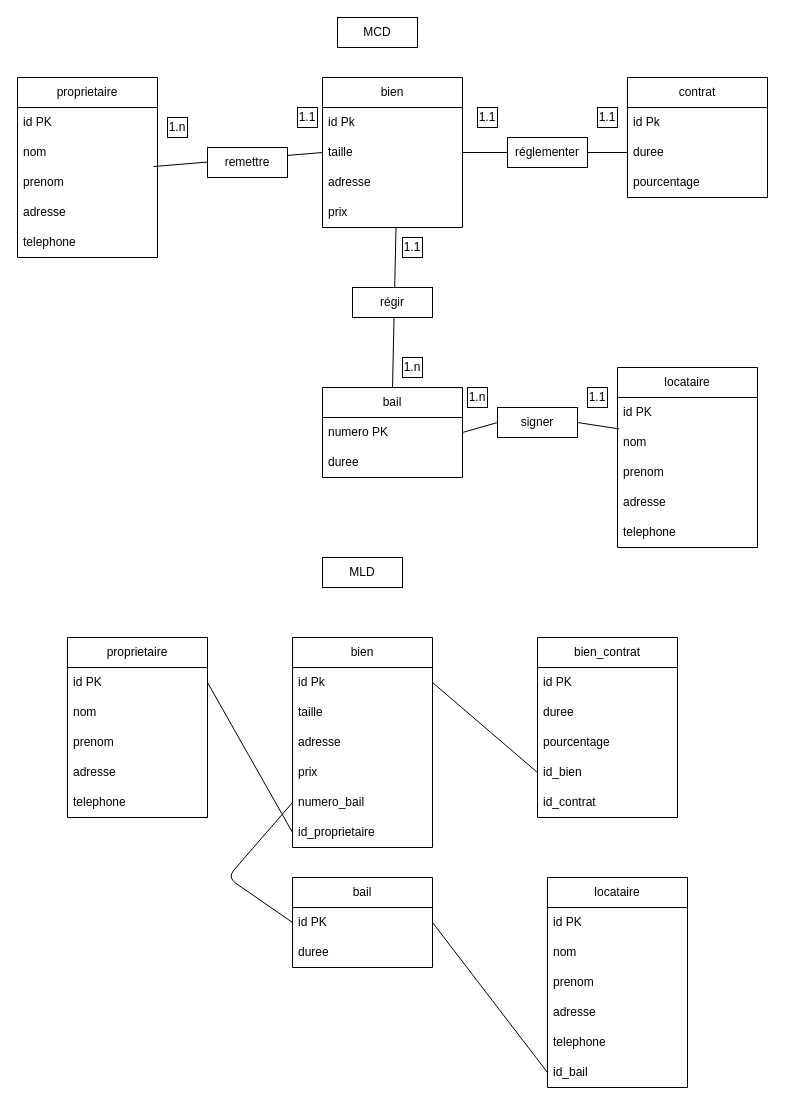
Seavyl/exo_bd keeps this draw.io diagram as BD_exo/question3.drawio. Above is the earlier version. Source tidied: cells renumbered, new cells numbered last; positions are measured from the earlier drawing's top-left corner, leaving out a move shared by most shapes. Both pictures are drawn from the tidied source at 100%, with x=0, y=0 at pixel (17, 17).
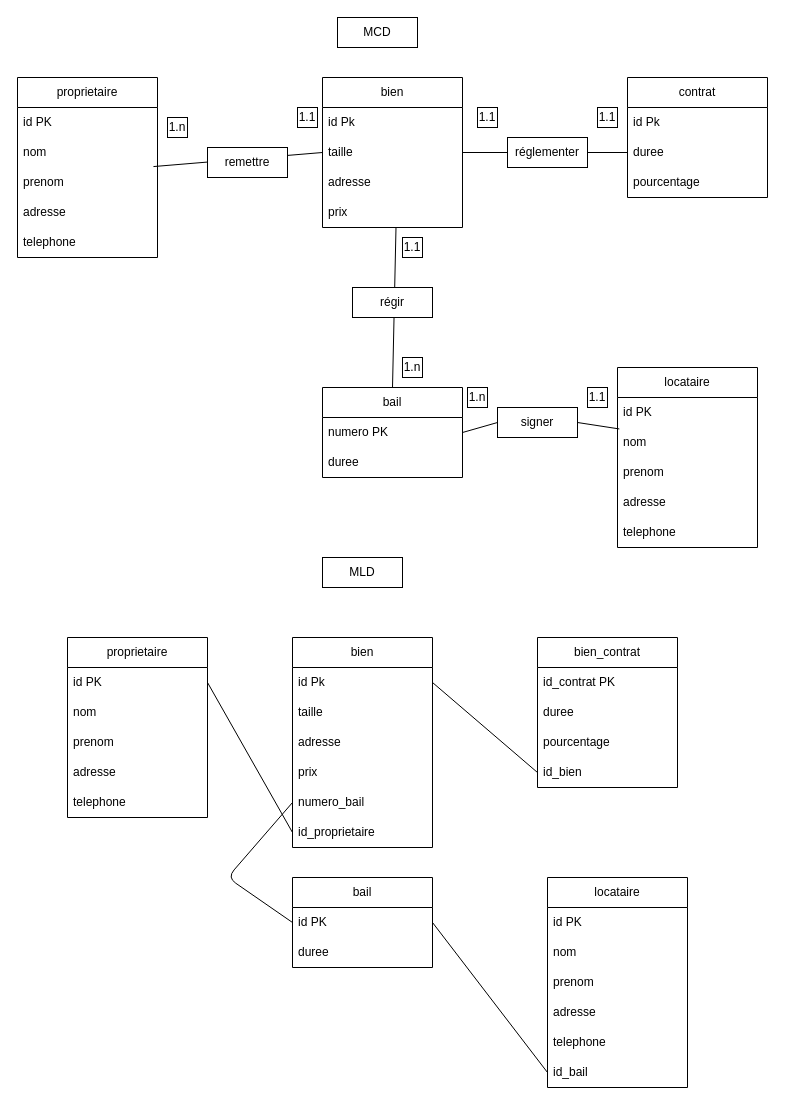
The same diagram, later.

What changed in the source:
```diff
@@
     <mxCell id="45" value="bien_contrat" style="swimlane;fontStyle=0;horizontal=1;startSize=30;whiteSpace=wrap;html=1;" parent="1" vertex="1">
-      <mxGeometry x="520" y="620" width="140" height="180" as="geometry" />
+      <mxGeometry x="520" y="620" width="140" height="150" as="geometry" />
     </mxCell>
-    <mxCell id="46" value="id PK" style="text;strokeColor=none;fillColor=none;align=left;verticalAlign=middle;spacingLeft=4;spacingRight=4;overflow=hidden;whiteSpace=wrap;html=1;" parent="45" vertex="1">
+    <mxCell id="46" value="id_contrat PK" style="text;strokeColor=none;fillColor=none;align=left;verticalAlign=middle;spacingLeft=4;spacingRight=4;overflow=hidden;whiteSpace=wrap;html=1;" parent="45" vertex="1">
       <mxGeometry y="30" width="140" height="30" as="geometry" />
     </mxCell>
@@
-    <mxCell id="50" value="id_contrat" style="text;strokeColor=none;fillColor=none;align=left;verticalAlign=middle;spacingLeft=4;spacingRight=4;overflow=hidden;whiteSpace=wrap;html=1;" parent="45" vertex="1">
-      <mxGeometry y="150" width="140" height="30" as="geometry" />
-    </mxCell>
```
